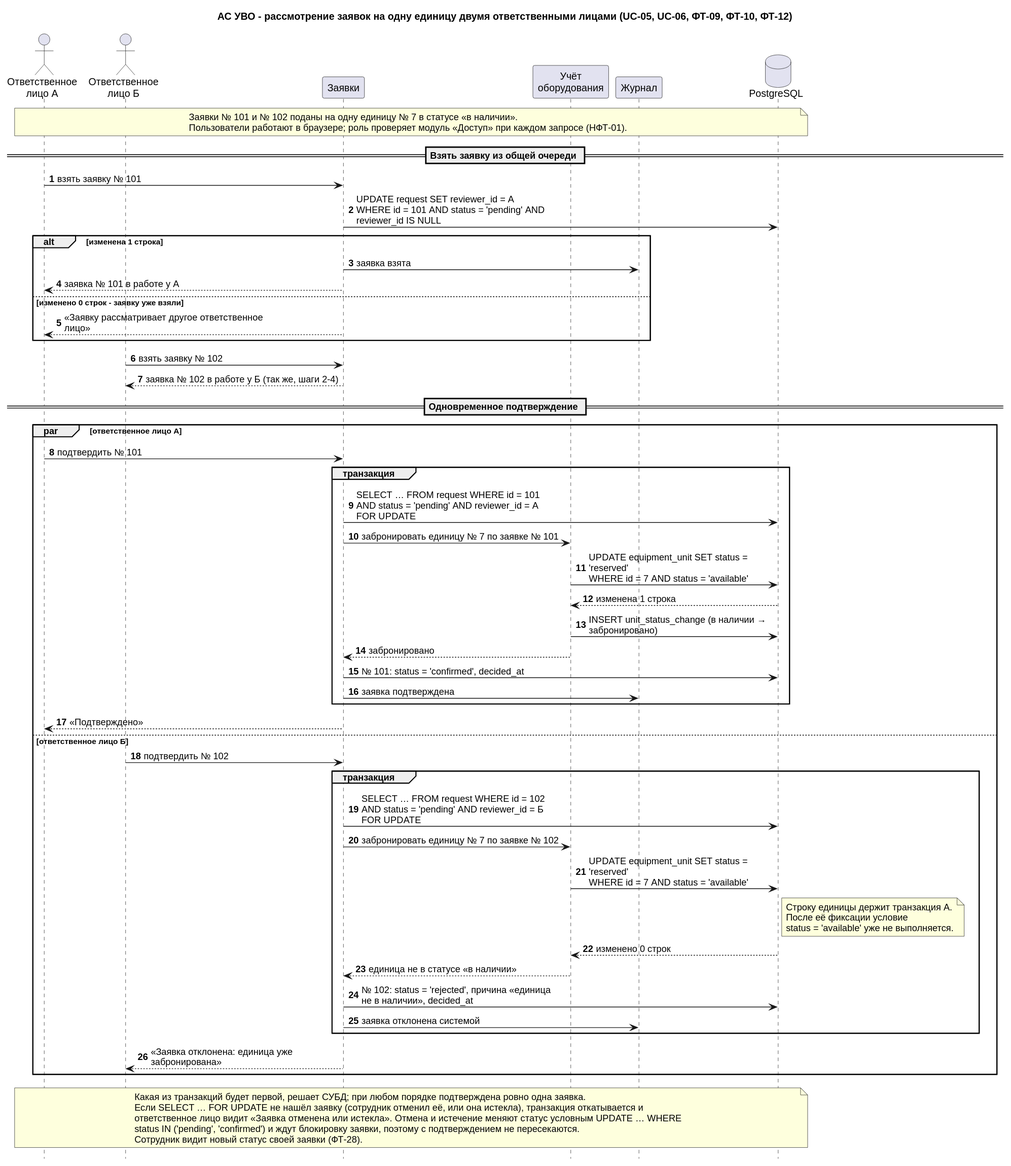
Above: Lab2/docs/diagrams/images/sequence-request-review.svg in Rezak159/project-management (PlantUML), before the change.
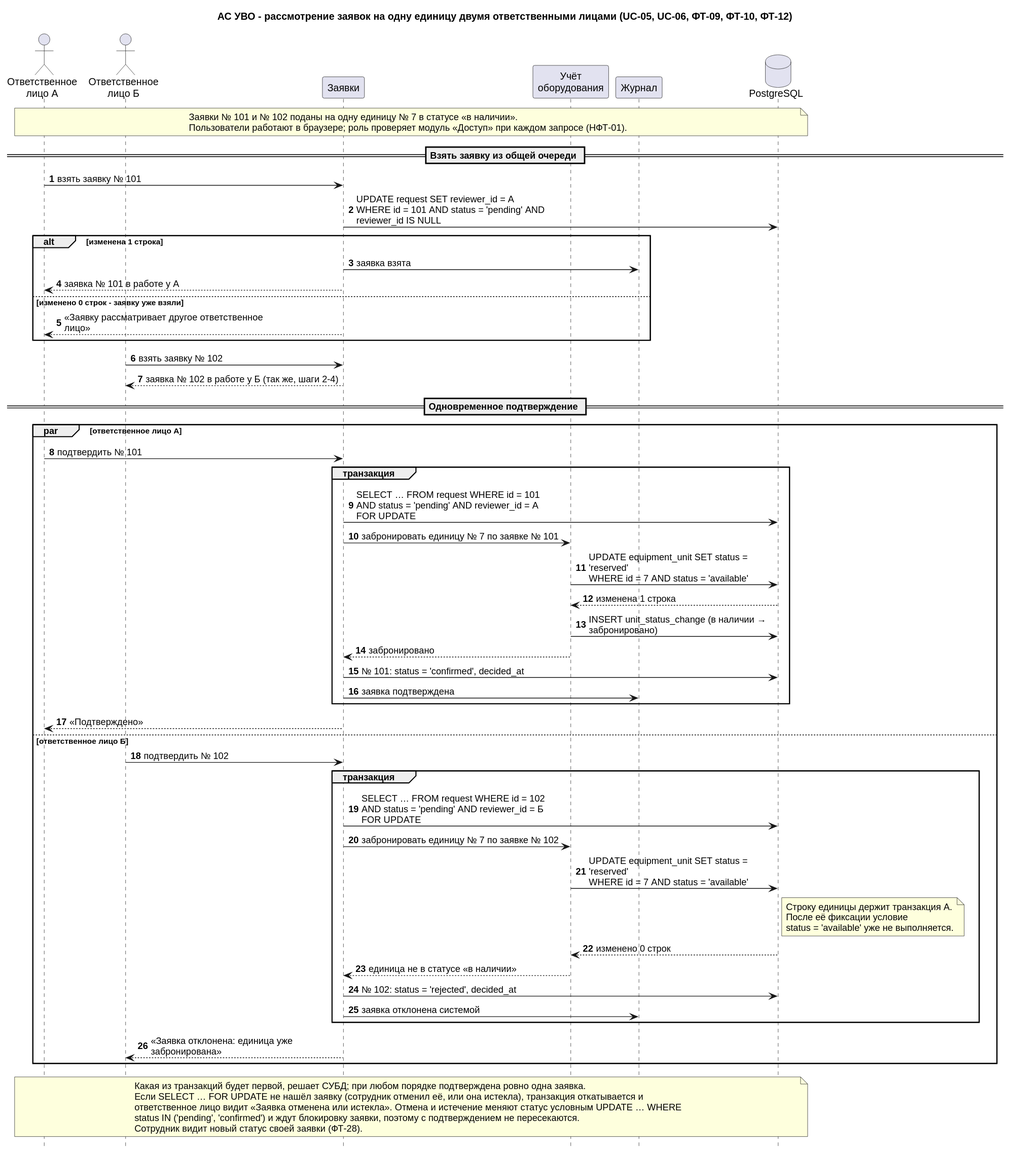
The same diagram one commit later.

Change to the diagram source:
```diff
@@ -59,7 +59,7 @@
     end note
     DB --> EQ : изменено 0 строк
     EQ --> REQ : единица не в статусе «в наличии»
-    REQ -> DB : № 102: status = 'rejected', причина «единица не в наличии», decided_at
+    REQ -> DB : № 102: status = 'rejected', decided_at
     REQ -> LOG : заявка отклонена системой
   end
   REQ --> RB : «Заявка отклонена: единица уже забронирована»
```
